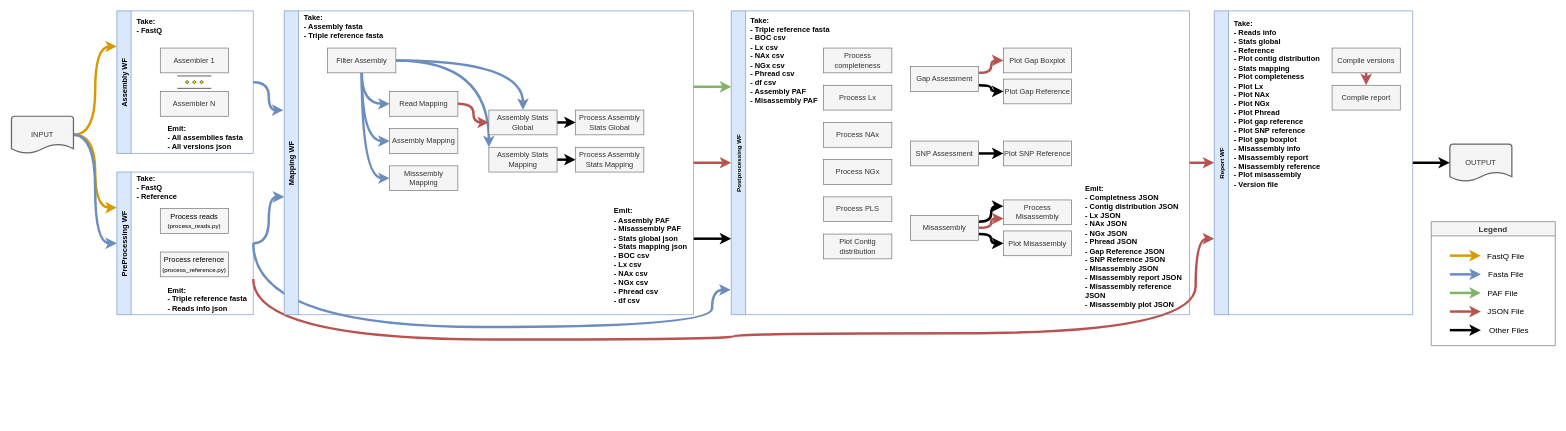
Before: docs/resources/Untitled Diagram.drawio in B-UMMI/LMAS, a draw.io diagram. Source tidied: cells renumbered, new cells numbered last; positions are measured from the earlier drawing's top-left corner, leaving out a move shared by most shapes. Both pictures are drawn from the tidied source at 62%, with x=0, y=0 at pixel (11, 11).
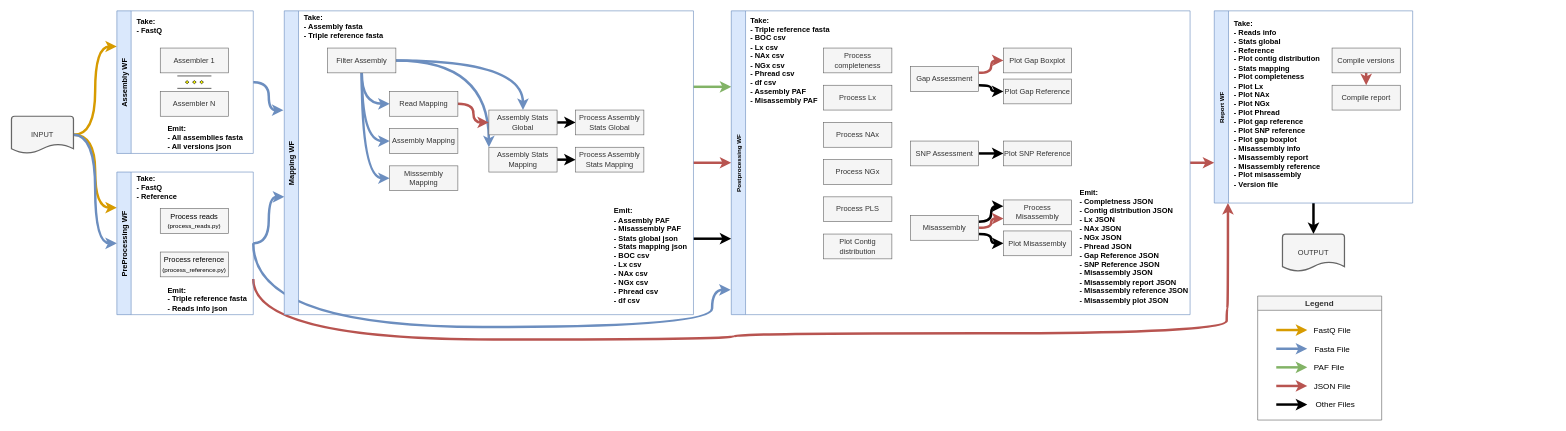
After the change.

Unchanged cells that the change refers to:
```xml
<mxCell id="9" value="PreProcessing WF" style="swimlane;horizontal=0;fillColor=#dae8fc;strokeColor=#6c8ebf;" parent="1" vertex="1">
  <mxGeometry x="170" y="260" width="220" height="230" as="geometry" />
</mxCell>
```

What changed in the source:
```diff
@@
-    <mxCell id="8" style="edgeStyle=orthogonalEdgeStyle;curved=1;rounded=0;jettySize=auto;html=1;exitX=1;exitY=0.75;exitDx=0;exitDy=0;entryX=0;entryY=0.75;entryDx=0;entryDy=0;fontSize=10;strokeWidth=4;fillColor=#f8cecc;strokeColor=#b85450;" parent="1" edge="1" source="9" target="79">
+    <mxCell id="8" style="edgeStyle=orthogonalEdgeStyle;curved=1;rounded=0;jettySize=auto;html=1;exitX=1;exitY=0.75;exitDx=0;exitDy=0;entryX=0.069;entryY=1;entryDx=0;entryDy=0;fontSize=10;strokeWidth=4;fillColor=#f8cecc;strokeColor=#b85450;entryPerimeter=0;" parent="1" edge="1" source="9" target="79">
       <mxGeometry relative="1" as="geometry">
         <Array as="points">
           <mxPoint x="390" y="530" />
           <mxPoint x="1165" y="530" />
           <mxPoint x="1165" y="520" />
-          <mxPoint x="1910" y="520" />
-          <mxPoint x="1910" y="368" />
+          <mxPoint x="1960" y="520" />
+          <mxPoint x="1960" y="480" />
+          <mxPoint x="1962" y="480" />
         </Array>
       </mxGeometry>
     </mxCell>
@@
     <mxCell id="21" value="Legend" style="swimlane;fontStyle=1;fontSize=13;fillColor=#f5f5f5;fontColor=#333333;strokeColor=#666666;" parent="1" vertex="1">
-      <mxGeometry x="2290" y="340" width="200" height="200" as="geometry" />
+      <mxGeometry x="2010" y="460" width="200" height="200" as="geometry" />
     </mxCell>
@@
-    <mxCell id="54" style="edgeStyle=orthogonalEdgeStyle;curved=1;rounded=0;jettySize=auto;html=1;exitX=1;exitY=0.5;exitDx=0;exitDy=0;fontSize=10;strokeWidth=4;fillColor=#f8cecc;strokeColor=#b85450;" parent="1" edge="1" source="55" target="79">
+    <mxCell id="54" style="edgeStyle=orthogonalEdgeStyle;curved=1;rounded=0;jettySize=auto;html=1;exitX=1;exitY=0.5;exitDx=0;exitDy=0;fontSize=10;strokeWidth=4;fillColor=#f8cecc;strokeColor=#b85450;entryX=0;entryY=0.79;entryDx=0;entryDy=0;entryPerimeter=0;" parent="1" edge="1" source="55" target="79">
       <mxGeometry relative="1" as="geometry" />
     </mxCell>
     <mxCell id="55" value="Postprocessing WF" style="swimlane;horizontal=0;fontSize=10;fillColor=#dae8fc;strokeColor=#6c8ebf;" parent="1" vertex="1">
-      <mxGeometry x="1161" width="739" height="490" as="geometry" />
+      <mxGeometry x="1161" width="740" height="490" as="geometry" />
     </mxCell>
@@
     <mxCell id="77" value="&lt;b&gt;Emit:&lt;br&gt;- Completness JSON&lt;br&gt;- Contig distribution JSON&lt;br&gt;- Lx JSON&lt;br&gt;- NAx JSON&lt;br&gt;- NGx JSON&lt;br&gt;- Phread JSON&lt;br&gt;- Gap Reference JSON&lt;br&gt;- SNP Reference JSON&lt;br&gt;- Misassembly JSON&lt;br&gt;- Misassembly report JSON&lt;br&gt;- Misassembly reference JSON&lt;br&gt;- Misassembly plot JSON&lt;br&gt;&lt;/b&gt;" style="text;html=1;strokeColor=none;fillColor=none;align=left;verticalAlign=middle;whiteSpace=wrap;rounded=0;" parent="55" vertex="1">
-      <mxGeometry x="569" y="280" width="171" height="200" as="geometry" />
+      <mxGeometry x="560" y="280" width="180" height="200" as="geometry" />
     </mxCell>
-    <mxCell id="78" style="edgeStyle=orthogonalEdgeStyle;curved=1;rounded=0;jettySize=auto;html=1;exitX=1;exitY=0.5;exitDx=0;exitDy=0;fontSize=10;strokeWidth=4;" parent="1" edge="1" source="79" target="84">
+    <mxCell id="78" style="edgeStyle=orthogonalEdgeStyle;curved=1;rounded=0;jettySize=auto;html=1;exitX=0.5;exitY=1;exitDx=0;exitDy=0;fontSize=10;strokeWidth=4;" parent="1" edge="1" source="79" target="84">
       <mxGeometry relative="1" as="geometry" />
     </mxCell>
     <mxCell id="79" value="Report WF" style="swimlane;horizontal=0;fontSize=10;fillColor=#dae8fc;strokeColor=#6c8ebf;" parent="1" vertex="1">
-      <mxGeometry x="1940" width="320" height="490" as="geometry" />
+      <mxGeometry x="1940" width="320" height="310" as="geometry" />
     </mxCell>
@@
     <mxCell id="84" value="OUTPUT" style="strokeWidth=2;html=1;shape=mxgraph.flowchart.document2;whiteSpace=wrap;size=0.25;fillColor=#f5f5f5;fontColor=#333333;strokeColor=#666666;" parent="1" vertex="1">
-      <mxGeometry x="2320" y="215" width="100" height="60" as="geometry" />
+      <mxGeometry x="2050" y="360" width="100" height="60" as="geometry" />
     </mxCell>
```
